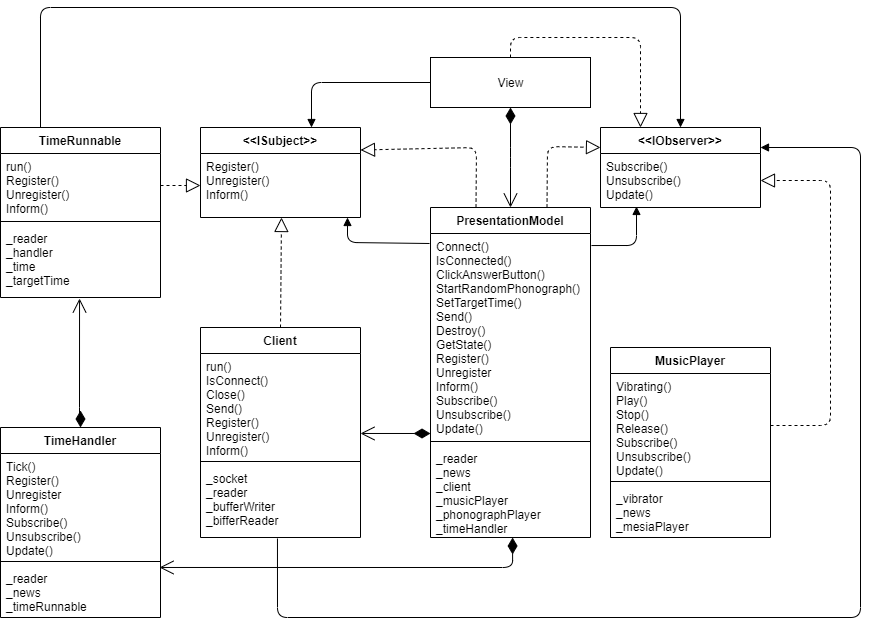
Above: image_class_diagram_Android_observer.png in DodoCafe/NTUT2020SpringDesignPatternFinalProject (draw.io), before the change. Source tidied: cells renumbered, new cells last; positions are measured from the earlier drawing's top-left corner, leaving out a move shared by most shapes.
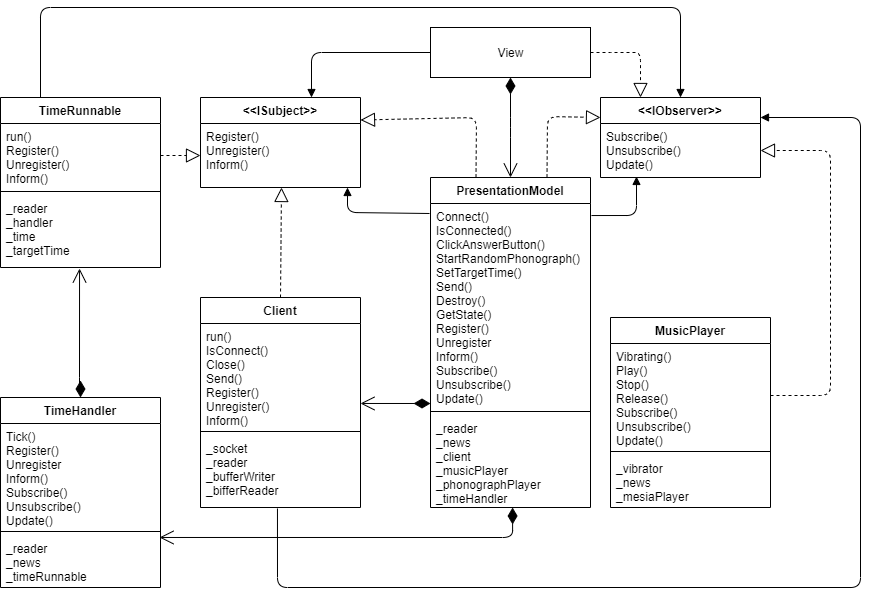
The same diagram one commit later.

Commit message:
[Fix] change android observer image

Change to the diagram source:
```diff
@@ -2,11 +2,11 @@
   <root>
     <mxCell id="0" />
     <mxCell id="1" parent="0" />
-    <mxCell id="2" style="endArrow=block;dashed=1;endFill=0;endSize=12;html=1;exitX=0.5;exitY=0;exitDx=0;exitDy=0;entryX=0.25;entryY=0;entryDx=0;entryDy=0;" parent="1" edge="1" source="3" target="16">
+    <mxCell id="2" style="endArrow=block;dashed=1;endFill=0;endSize=12;html=1;exitX=1;exitY=0.5;exitDx=0;exitDy=0;entryX=0.25;entryY=0;entryDx=0;entryDy=0;" parent="1" edge="1" source="3" target="16">
       <mxGeometry relative="1" as="geometry">
         <Array as="points">
-          <mxPoint x="510" y="30" />
-          <mxPoint x="640" y="30" />
+          <mxPoint x="620" y="75" />
+          <mxPoint x="640" y="75" />
         </Array>
       </mxGeometry>
     </mxCell>
@@ -81,8 +81,8 @@
     <mxCell id="14" style="endArrow=block;endFill=1;html=1;edgeStyle=orthogonalEdgeStyle;align=left;verticalAlign=top;entryX=0.5;entryY=0;entryDx=0;entryDy=0;exitX=0.25;exitY=0;exitDx=0;exitDy=0;" parent="1" edge="1" source="41" target="16">
       <mxGeometry x="-1" relative="1" as="geometry">
         <Array as="points">
-          <mxPoint x="40" />
-          <mxPoint x="680" />
+          <mxPoint x="40" y="30" />
+          <mxPoint x="680" y="30" />
         </Array>
       </mxGeometry>
     </mxCell>
```
